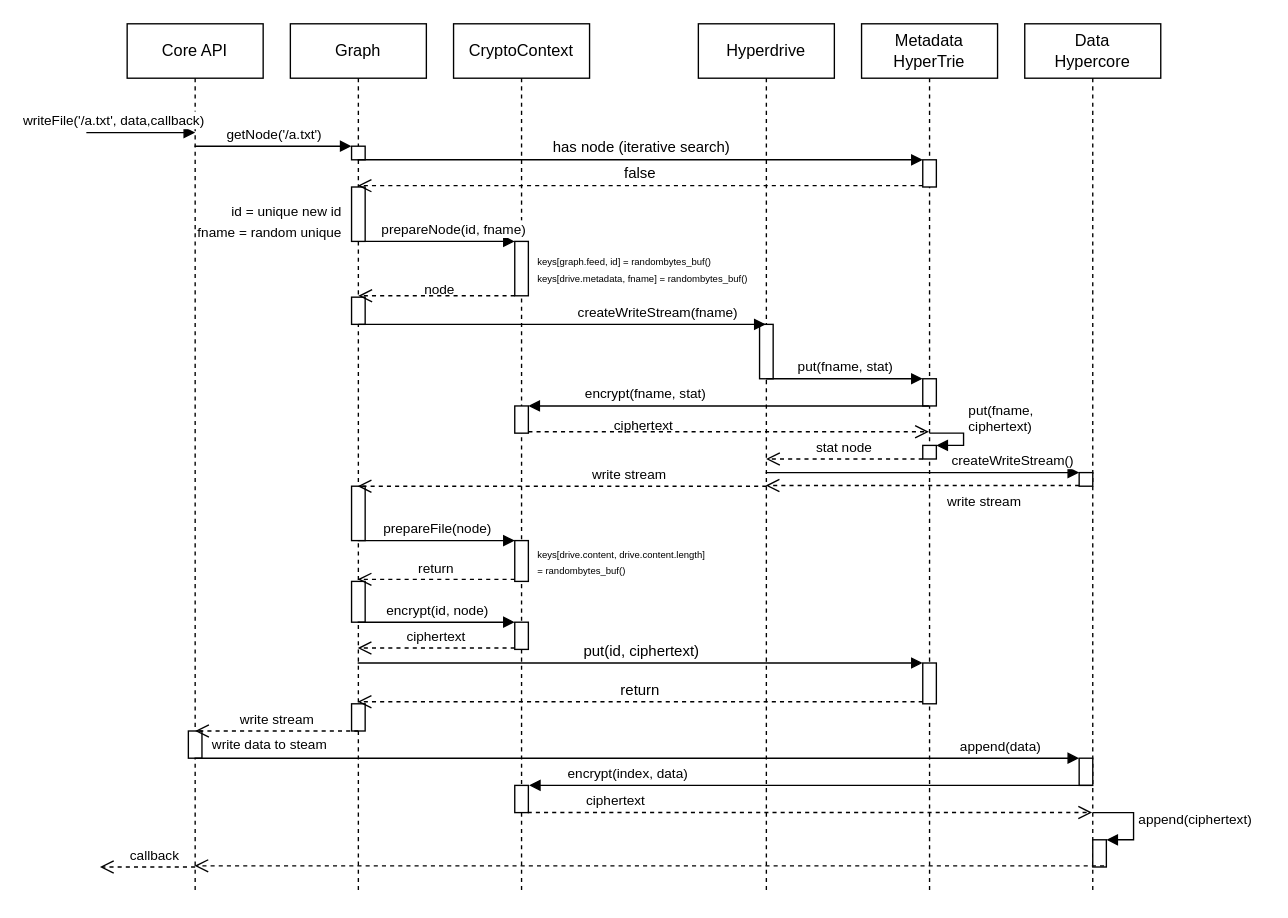
fsteff/certacrypt keeps this draw.io diagram as docs/architecture-write.drawio. Above is the earlier version. Source tidied: cells renumbered, new cells numbered last; positions are measured from the earlier drawing's top-left corner, leaving out a move shared by most shapes. Both pictures are drawn from the tidied source at 136%, with x=0, y=0 at pixel (86, 23).
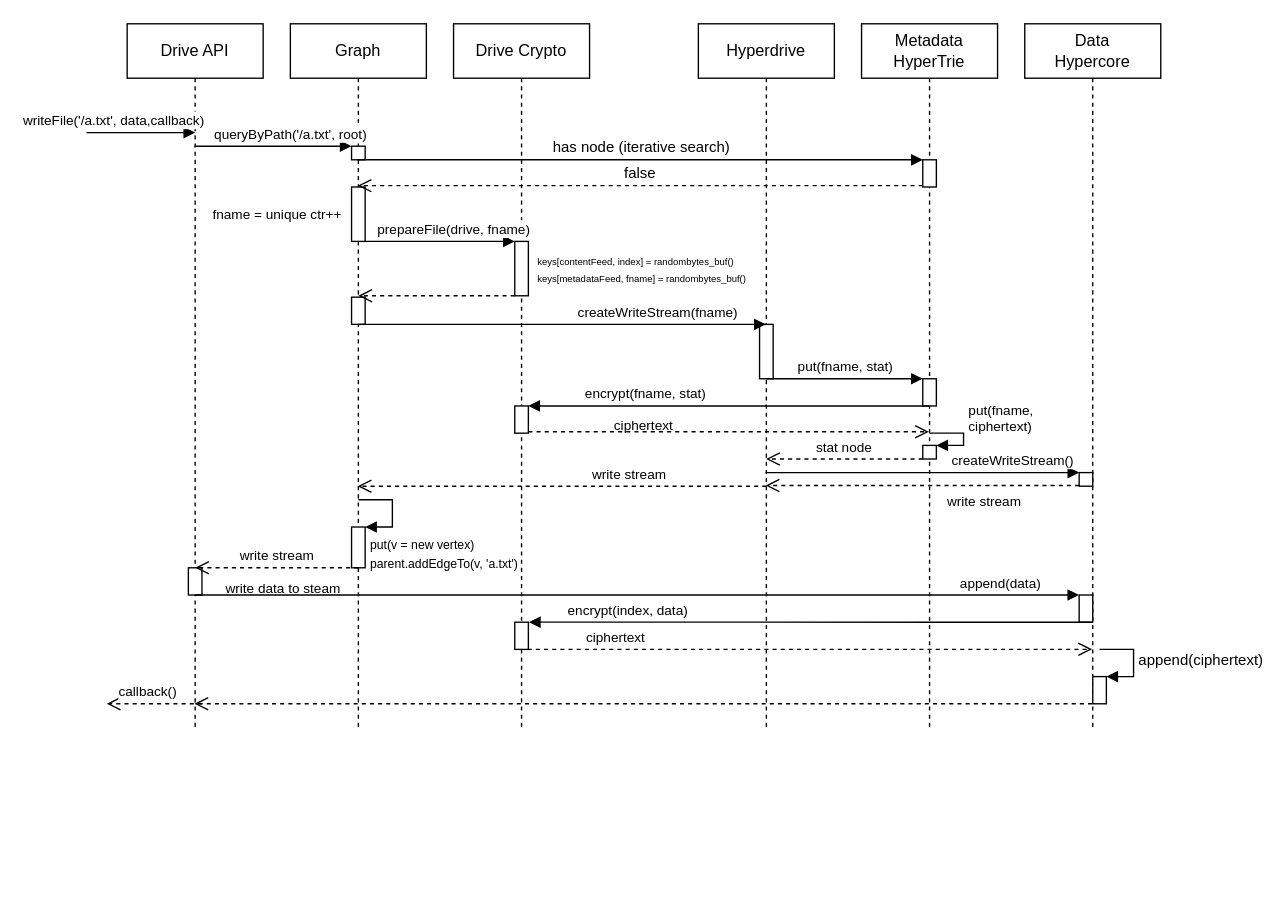
The same diagram, later.

Commit message (it also covers changes not shown here):
drive concept

Unchanged cells that the change refers to:
```xml
<mxCell id="20" style="html=1;points=[];perimeter=orthogonalPerimeter;" parent="18" vertex="1">
  <mxGeometry x="45" y="90" width="10" height="10" as="geometry" />
</mxCell>
<mxCell id="21" style="html=1;points=[];perimeter=orthogonalPerimeter;fontSize=10;align=left;" parent="18" vertex="1">
  <mxGeometry x="45" y="120" width="10" height="40" as="geometry" />
</mxCell>
<mxCell id="26" style="html=1;points=[];perimeter=orthogonalPerimeter;" parent="25" vertex="1">
  <mxGeometry x="45" y="160" width="10" height="40" as="geometry" />
</mxCell>
```

Change to the diagram source:
```diff
@@
-    <mxCell id="2" value="Core API" style="shape=umlLifeline;perimeter=lifelinePerimeter;whiteSpace=wrap;html=1;outlineConnect=0;" parent="1" vertex="1">
-      <mxGeometry x="30" width="100" height="640" as="geometry" />
+    <mxCell id="2" value="Drive API" style="shape=umlLifeline;perimeter=lifelinePerimeter;whiteSpace=wrap;html=1;outlineConnect=0;" parent="1" vertex="1">
+      <mxGeometry x="30" width="100" height="520" as="geometry" />
     </mxCell>
     <mxCell id="3" style="html=1;perimeter=orthogonalPerimeter;fontSize=10;align=left;" parent="2" vertex="1">
-      <mxGeometry x="45" y="520" width="10" height="20" as="geometry" />
+      <mxGeometry x="45" y="400" width="10" height="20" as="geometry" />
     </mxCell>
+    <mxCell id="57" value="callback()" style="html=1;verticalAlign=bottom;endArrow=open;dashed=1;endSize=8;fontSize=10;" parent="2" edge="1">
+      <mxGeometry x="0.14" relative="1" as="geometry">
+        <mxPoint x="55" y="500" as="sourcePoint" />
+        <mxPoint x="-15" y="500" as="targetPoint" />
+      </mxGeometry>
+    </mxCell>
     <mxCell id="4" value="Hyperdrive" style="shape=umlLifeline;perimeter=lifelinePerimeter;whiteSpace=wrap;html=1;outlineConnect=0;" parent="1" vertex="1">
-      <mxGeometry x="450" width="100" height="640" as="geometry" />
+      <mxGeometry x="450" width="100" height="520" as="geometry" />
     </mxCell>
@@
     <mxCell id="6" value="Metadata&lt;br&gt;HyperTrie" style="shape=umlLifeline;perimeter=lifelinePerimeter;whiteSpace=wrap;html=1;" parent="1" vertex="1">
-      <mxGeometry x="570" width="100" height="640" as="geometry" />
+      <mxGeometry x="570" width="100" height="520" as="geometry" />
     </mxCell>
@@
-    <mxCell id="11" style="html=1;points=[];perimeter=orthogonalPerimeter;fillColor=#ffffff;align=left;" parent="6" vertex="1">
-      <mxGeometry x="45" y="470" width="10" height="30" as="geometry" />
-    </mxCell>
     <mxCell id="12" value="Data&lt;br&gt;Hypercore" style="shape=umlLifeline;perimeter=lifelinePerimeter;whiteSpace=wrap;html=1;outlineConnect=0;" parent="1" vertex="1">
-      <mxGeometry x="690" width="100" height="640" as="geometry" />
+      <mxGeometry x="690" width="100" height="520" as="geometry" />
     </mxCell>
@@
     <mxCell id="14" style="html=1;points=[];perimeter=orthogonalPerimeter;fontSize=10;align=left;" parent="12" vertex="1">
-      <mxGeometry x="40" y="540" width="10" height="20" as="geometry" />
+      <mxGeometry x="40" y="420" width="10" height="20" as="geometry" />
     </mxCell>
-    <mxCell id="15" style="html=1;points=[];perimeter=orthogonalPerimeter;fontSize=10;align=left;" parent="12" vertex="1">
-      <mxGeometry x="50" y="600" width="10" height="20" as="geometry" />
-    </mxCell>
+    <mxCell id="62" style="html=1;points=[];perimeter=orthogonalPerimeter;" parent="12" vertex="1">
+      <mxGeometry x="50" y="480" width="10" height="20" as="geometry" />
+    </mxCell>
-    <mxCell id="16" value="append(ciphertext)" style="edgeStyle=orthogonalEdgeStyle;html=1;align=left;spacingLeft=2;endArrow=block;rounded=0;entryX=1;entryY=0;fontSize=10;" parent="12" edge="1" target="15">
+    <mxCell id="16" value="append(ciphertext)" style="edgeStyle=orthogonalEdgeStyle;html=1;align=left;spacingLeft=2;endArrow=block;rounded=0;entryX=1;entryY=0;" parent="12" edge="1" target="62">
       <mxGeometry relative="1" as="geometry">
-        <mxPoint x="50" y="580" as="sourcePoint" />
+        <mxPoint x="55" y="460" as="sourcePoint" />
         <Array as="points">
-          <mxPoint x="80" y="580" />
+          <mxPoint x="80" y="460" />
         </Array>
       </mxGeometry>
     </mxCell>
@@
     <mxCell id="18" value="Graph" style="shape=umlLifeline;perimeter=lifelinePerimeter;whiteSpace=wrap;html=1;outlineConnect=0;" parent="1" vertex="1">
-      <mxGeometry x="150" width="100" height="640" as="geometry" />
+      <mxGeometry x="150" width="100" height="520" as="geometry" />
     </mxCell>
@@
-    <mxCell id="22" style="html=1;perimeter=orthogonalPerimeter;fontSize=10;align=left;" parent="18" vertex="1">
-      <mxGeometry x="45" y="340" width="10" height="40" as="geometry" />
-    </mxCell>
-    <mxCell id="23" style="html=1;perimeter=orthogonalPerimeter;fontSize=10;align=left;" parent="18" vertex="1">
-      <mxGeometry x="45" y="410" width="10" height="30" as="geometry" />
-    </mxCell>
-    <mxCell id="24" style="html=1;perimeter=orthogonalPerimeter;fontSize=10;align=left;" parent="18" vertex="1">
-      <mxGeometry x="45" y="500" width="10" height="20" as="geometry" />
-    </mxCell>
+    <mxCell id="63" style="html=1;points=[];perimeter=orthogonalPerimeter;" parent="18" vertex="1">
+      <mxGeometry x="45" y="370" width="10" height="30" as="geometry" />
+    </mxCell>
+    <mxCell id="64" value="&lt;span style=&quot;background-color: rgb(255 , 255 , 255) ; font-size: 9px&quot;&gt;put(v = new vertex)&lt;br&gt;parent.addEdgeTo(v, 'a.txt')&lt;br&gt;&lt;/span&gt;" style="edgeStyle=orthogonalEdgeStyle;html=1;align=left;spacingLeft=2;endArrow=block;rounded=0;entryX=1;entryY=0;" parent="18" edge="1" target="63">
+      <mxGeometry x="1" y="20" relative="1" as="geometry">
+        <mxPoint x="50" y="350" as="sourcePoint" />
+        <Array as="points">
+          <mxPoint x="50" y="350" />
+          <mxPoint x="75" y="350" />
+          <mxPoint x="75" y="370" />
+        </Array>
+      </mxGeometry>
+    </mxCell>
+    <mxCell id="50" value="write data to steam" style="text;html=1;strokeColor=none;fillColor=none;align=center;verticalAlign=middle;whiteSpace=wrap;rounded=0;fontSize=10;" parent="18" vertex="1">
+      <mxGeometry x="-50" y="410" width="90" height="10" as="geometry" />
+    </mxCell>
-    <mxCell id="25" value="CryptoContext" style="shape=umlLifeline;perimeter=lifelinePerimeter;whiteSpace=wrap;html=1;" parent="1" vertex="1">
-      <mxGeometry x="270" width="100" height="640" as="geometry" />
+    <mxCell id="25" value="Drive Crypto" style="shape=umlLifeline;perimeter=lifelinePerimeter;whiteSpace=wrap;html=1;" parent="1" vertex="1">
+      <mxGeometry x="270" width="100" height="520" as="geometry" />
     </mxCell>
@@
-    <mxCell id="28" style="html=1;points=[];perimeter=orthogonalPerimeter;fontSize=10;align=left;" parent="25" vertex="1">
-      <mxGeometry x="45" y="380" width="10" height="30" as="geometry" />
-    </mxCell>
-    <mxCell id="29" style="html=1;points=[];perimeter=orthogonalPerimeter;fontSize=10;align=left;" parent="25" vertex="1">
-      <mxGeometry x="45" y="440" width="10" height="20" as="geometry" />
-    </mxCell>
     <mxCell id="30" style="html=1;points=[];perimeter=orthogonalPerimeter;fontSize=10;align=left;" parent="25" vertex="1">
-      <mxGeometry x="45" y="560" width="10" height="20" as="geometry" />
+      <mxGeometry x="45" y="440" width="10" height="20" as="geometry" />
     </mxCell>
-    <mxCell id="31" value="&lt;font style=&quot;font-size: 10px&quot;&gt;prepareNode(id, fname)&lt;/font&gt;" style="html=1;verticalAlign=bottom;endArrow=block;entryX=0;entryY=0;exitX=1.002;exitY=1;exitDx=0;exitDy=0;exitPerimeter=0;" parent="1" edge="1" source="21" target="26">
+    <mxCell id="31" value="&lt;font style=&quot;font-size: 10px&quot;&gt;prepareFile(drive, fname)&lt;/font&gt;" style="html=1;verticalAlign=bottom;endArrow=block;entryX=0;entryY=0;exitX=1.002;exitY=1;exitDx=0;exitDy=0;exitPerimeter=0;" parent="1" edge="1" source="21" target="26">
       <mxGeometry x="0.18" relative="1" as="geometry" />
     </mxCell>
@@
-    <mxCell id="33" value="&lt;font style=&quot;font-size: 10px&quot;&gt;getNode('/a.txt')&lt;/font&gt;" style="html=1;verticalAlign=bottom;endArrow=block;entryX=0;entryY=0;" parent="1" edge="1" source="2" target="20">
-      <mxGeometry relative="1" as="geometry" />
+    <mxCell id="33" value="&lt;font style=&quot;font-size: 10px&quot;&gt;queryByPath('/a.txt', root)&lt;/font&gt;" style="html=1;verticalAlign=bottom;endArrow=block;entryX=0;entryY=0;" parent="1" edge="1" source="2" target="20">
+      <mxGeometry x="0.22" relative="1" as="geometry" />
     </mxCell>
-    <mxCell id="34" value="&lt;font style=&quot;font-size: 10px&quot;&gt;id = unique new id&lt;br&gt;fname = random unique&lt;br&gt;&lt;/font&gt;" style="text;html=1;strokeColor=none;fillColor=none;align=right;verticalAlign=middle;whiteSpace=wrap;rounded=0;" parent="1" vertex="1">
-      <mxGeometry x="60" y="130" width="130" height="30" as="geometry" />
+    <mxCell id="34" value="&lt;font style=&quot;font-size: 10px&quot;&gt;fname = unique ctr++&lt;br&gt;&lt;/font&gt;" style="text;html=1;strokeColor=none;fillColor=none;align=right;verticalAlign=middle;whiteSpace=wrap;rounded=0;" parent="1" vertex="1">
+      <mxGeometry x="60" y="130" width="130" height="20" as="geometry" />
     </mxCell>
-    <mxCell id="35" value="&lt;font style=&quot;font-size: 7px&quot;&gt;keys[graph.feed, id] = randombytes_buf()&lt;br&gt;keys[drive.metadata, fname] = randombytes_buf()&lt;/font&gt;" style="text;html=1;strokeColor=none;fillColor=none;align=left;verticalAlign=middle;whiteSpace=wrap;rounded=0;fontSize=10;" parent="1" vertex="1">
+    <mxCell id="35" value="&lt;font style=&quot;font-size: 7px&quot;&gt;keys[contentFeed, index] = randombytes_buf()&lt;br&gt;keys[metadataFeed, fname] = randombytes_buf()&lt;/font&gt;" style="text;html=1;strokeColor=none;fillColor=none;align=left;verticalAlign=middle;whiteSpace=wrap;rounded=0;fontSize=10;" parent="1" vertex="1">
       <mxGeometry x="330" y="150" width="160" height="60" as="geometry" />
     </mxCell>
@@
-    <mxCell id="42" value="prepareFile(node)" style="html=1;verticalAlign=bottom;endArrow=block;entryX=0;entryY=0;fontSize=10;" parent="1" edge="1" source="18" target="28">
-      <mxGeometry relative="1" as="geometry" />
-    </mxCell>
-    <mxCell id="43" value="return" style="html=1;verticalAlign=bottom;endArrow=open;dashed=1;endSize=8;exitX=0;exitY=0.95;fontSize=10;" parent="1" edge="1" source="28" target="18">
-      <mxGeometry relative="1" as="geometry" />
-    </mxCell>
-    <mxCell id="44" value="&lt;font style=&quot;font-size: 7px&quot;&gt;keys[drive.content, drive.content.length] = randombytes_buf()&lt;/font&gt;" style="text;html=1;strokeColor=none;fillColor=none;align=left;verticalAlign=middle;whiteSpace=wrap;rounded=0;fontSize=10;" parent="1" vertex="1">
-      <mxGeometry x="330" y="380" width="130" height="30" as="geometry" />
-    </mxCell>
-    <mxCell id="45" value="node" style="text;html=1;strokeColor=none;fillColor=none;align=center;verticalAlign=middle;whiteSpace=wrap;rounded=0;fontSize=10;" parent="1" vertex="1">
-      <mxGeometry x="240" y="190" width="40" height="10" as="geometry" />
-    </mxCell>
-    <mxCell id="46" value="encrypt(id, node)" style="html=1;verticalAlign=bottom;endArrow=block;entryX=0;entryY=0;fontSize=10;" parent="1" edge="1" source="18" target="29">
-      <mxGeometry relative="1" as="geometry" />
-    </mxCell>
-    <mxCell id="47" value="ciphertext" style="html=1;verticalAlign=bottom;endArrow=open;dashed=1;endSize=8;exitX=0;exitY=0.95;fontSize=10;" parent="1" edge="1" source="29" target="18">
-      <mxGeometry relative="1" as="geometry" />
-    </mxCell>
@@
     <mxCell id="49" value="write stream" style="html=1;verticalAlign=bottom;endArrow=open;dashed=1;endSize=8;fontSize=10;" parent="1" edge="1">
       <mxGeometry relative="1" as="geometry">
-        <mxPoint x="200" y="520" as="sourcePoint" />
-        <mxPoint x="80" y="520" as="targetPoint" />
+        <mxPoint x="200" y="400" as="sourcePoint" />
+        <mxPoint x="80" y="400" as="targetPoint" />
       </mxGeometry>
     </mxCell>
-    <mxCell id="50" value="write data to steam" style="text;html=1;strokeColor=none;fillColor=none;align=center;verticalAlign=middle;whiteSpace=wrap;rounded=0;fontSize=10;" parent="1" vertex="1">
-      <mxGeometry x="90" y="520" width="90" height="20" as="geometry" />
-    </mxCell>
@@
     <mxCell id="53" value="append(data)" style="html=1;verticalAlign=bottom;endArrow=block;entryX=0;entryY=0;fontSize=10;" parent="1" edge="1" source="2" target="14">
-      <mxGeometry x="0.82" relative="1" as="geometry" />
+      <mxGeometry x="0.82" relative="1" as="geometry">
+        <Array as="points">
+          <mxPoint x="270" y="420" />
+        </Array>
+      </mxGeometry>
     </mxCell>
     <mxCell id="54" value="encrypt(index, data)" style="html=1;verticalAlign=bottom;endArrow=block;fontSize=10;entryX=1.046;entryY=-0.002;entryDx=0;entryDy=0;entryPerimeter=0;" parent="1" edge="1" source="12" target="30">
-      <mxGeometry x="0.65" relative="1" as="geometry" />
+      <mxGeometry x="0.65" relative="1" as="geometry">
+        <Array as="points">
+          <mxPoint x="640" y="440" />
+        </Array>
+      </mxGeometry>
     </mxCell>
@@
-    <mxCell id="56" style="html=1;verticalAlign=bottom;endArrow=open;dashed=1;endSize=8;fontSize=10;exitX=0.833;exitY=0.958;exitDx=0;exitDy=0;exitPerimeter=0;" parent="1" edge="1" source="15" target="2">
-      <mxGeometry relative="1" as="geometry" />
+    <mxCell id="56" style="html=1;verticalAlign=bottom;endArrow=open;dashed=1;endSize=8;fontSize=10;" parent="1" edge="1" source="12" target="2">
+      <mxGeometry relative="1" as="geometry">
+        <Array as="points">
+          <mxPoint x="350" y="500" />
+        </Array>
+      </mxGeometry>
     </mxCell>
-    <mxCell id="57" value="callback" style="html=1;verticalAlign=bottom;endArrow=open;dashed=1;endSize=8;fontSize=10;" parent="1" edge="1">
-      <mxGeometry x="-0.14" relative="1" as="geometry">
-        <mxPoint x="80" y="620" as="sourcePoint" />
-        <mxPoint x="10" y="620" as="targetPoint" />
-      </mxGeometry>
-    </mxCell>
@@
-    <mxCell id="60" value="put(id, ciphertext)" style="html=1;verticalAlign=bottom;endArrow=block;entryX=0;entryY=0;" parent="1" edge="1" target="11">
-      <mxGeometry relative="1" as="geometry">
-        <mxPoint x="199.5" y="470" as="sourcePoint" />
-      </mxGeometry>
-    </mxCell>
-    <mxCell id="61" value="return" style="html=1;verticalAlign=bottom;endArrow=open;dashed=1;endSize=8;exitX=0;exitY=0.95;" parent="1" edge="1" source="11" target="18">
-      <mxGeometry relative="1" as="geometry" />
-    </mxCell>
```
